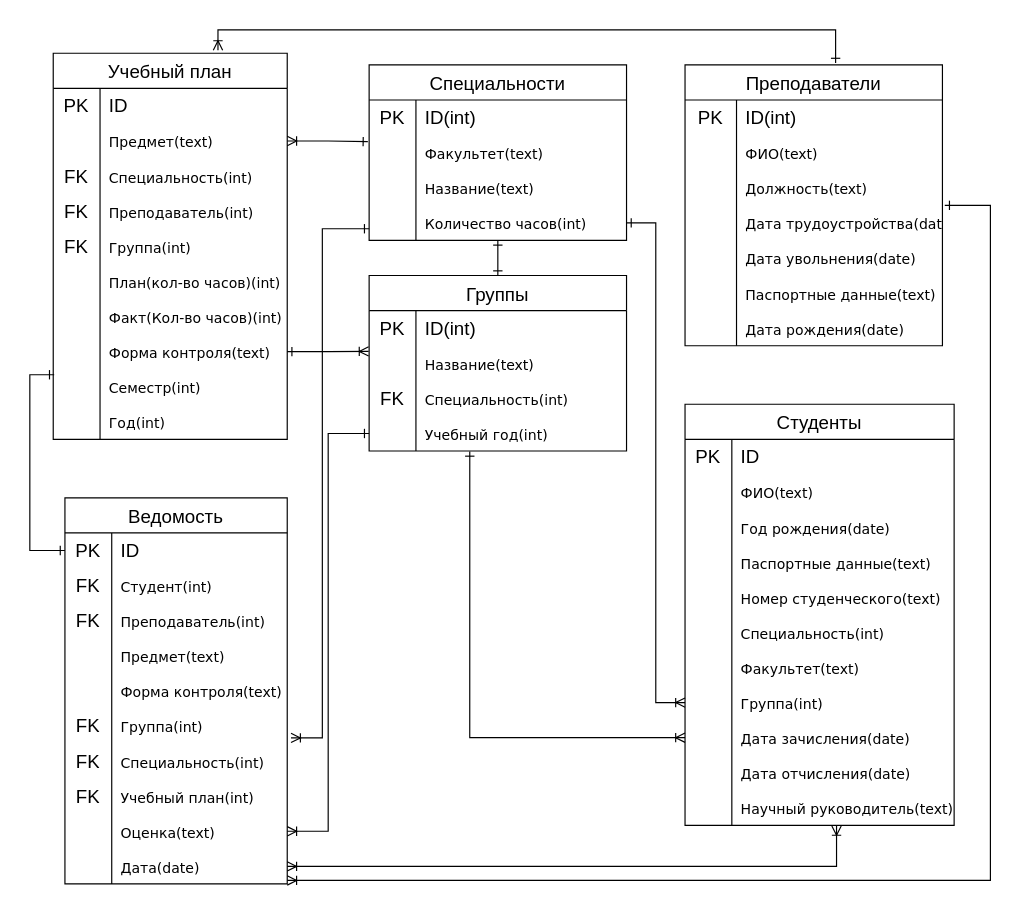
Above: Корус_задание3.drawio in Ravil888/for-images (draw.io), before the change. Source tidied: cells renumbered, new cells numbered last; positions are measured from the earlier drawing's top-left corner, leaving out a move shared by most shapes. Both pictures are drawn from the tidied source at 117%, with x=0, y=0 at pixel (53, 29).
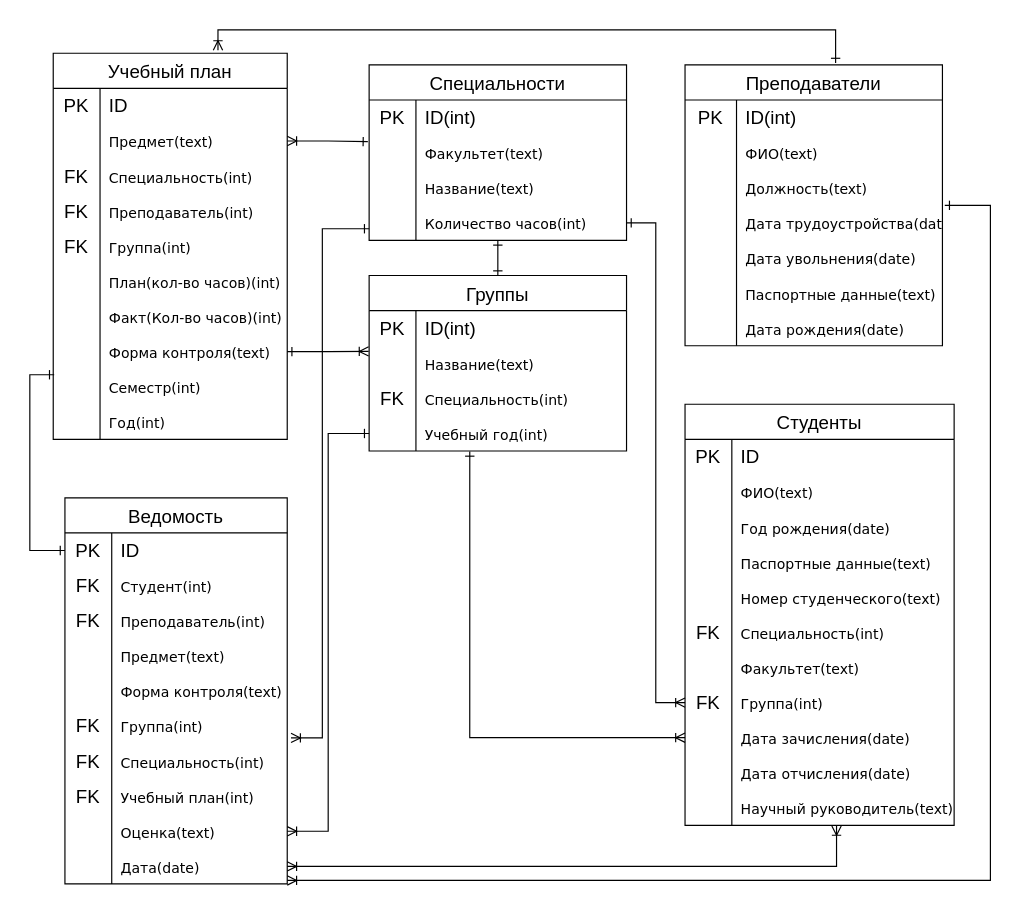
The same page after the edit.

The change refers to these unchanged cells:
```xml
<mxCell id="81" style="shape=tableRow;horizontal=0;startSize=0;swimlaneHead=0;swimlaneBody=0;top=0;left=0;bottom=0;right=0;fillColor=none;strokeColor=inherit;fontSize=16;" parent="65" vertex="1">
  <mxGeometry y="180" width="230" height="30" as="geometry" />
</mxCell>
<mxCell id="87" style="shape=tableRow;horizontal=0;startSize=0;swimlaneHead=0;swimlaneBody=0;top=0;left=0;bottom=0;right=0;fillColor=none;points=[[0,0.5],[1,0.5]];portConstraint=eastwest;strokeColor=inherit;fontSize=16;" parent="65" vertex="1">
  <mxGeometry y="240" width="230" height="30" as="geometry" />
</mxCell>
```

What changed in the source:
```diff
@@
-    <mxCell id="82" style="shape=partialRectangle;html=1;whiteSpace=wrap;fillColor=none;top=0;left=0;bottom=0;right=0;overflow=hidden;strokeColor=inherit;fontSize=16;" parent="81" vertex="1">
+    <mxCell id="82" value="FK" style="shape=partialRectangle;html=1;whiteSpace=wrap;fillColor=none;top=0;left=0;bottom=0;right=0;overflow=hidden;strokeColor=inherit;fontSize=16;" parent="81" vertex="1">
       <mxGeometry width="40" height="30" as="geometry" />
     </mxCell>
@@
-    <mxCell id="88" style="shape=partialRectangle;html=1;whiteSpace=wrap;fillColor=none;top=0;left=0;bottom=0;right=0;overflow=hidden;strokeColor=inherit;fontSize=16;" parent="87" vertex="1">
+    <mxCell id="88" value="FK" style="shape=partialRectangle;html=1;whiteSpace=wrap;fillColor=none;top=0;left=0;bottom=0;right=0;overflow=hidden;strokeColor=inherit;fontSize=16;" parent="87" vertex="1">
       <mxGeometry width="40" height="30" as="geometry" />
     </mxCell>
```
